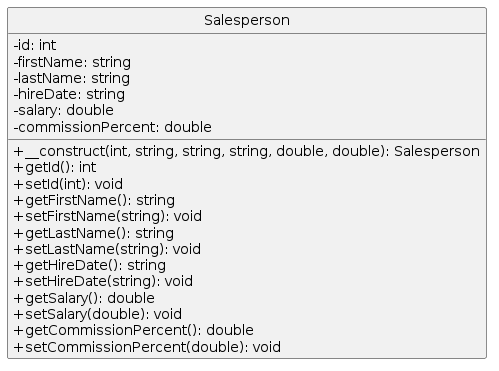
This is Scrum3_Team_3/Provider_3/Diagrams/Salesperson.png from luke-hamann/stc-cis-266-scrum-3, a PlantUML export, as it was before one commit. Source of this version:
```plantuml
@startuml
hide circle
skinparam classAttributeIconSize 0

class Salesperson {
    - id: int
    - firstName: string
    - lastName: string
    - hireDate: string
    - salary: double
    - commissionPercent: double
    + __construct(int, string, string, string, double, double): Salesperson
    + getId(): int
    + setId(int): void
    + getFirstName(): string
    + setFirstName(string): void
    + getLastName(): string
    + setLastName(string): void
    + getHireDate(): string
    + setHireDate(string): void
    + getSalary(): double
    + setSalary(double): void
    + getCommissionPercent(): double
    + setCommissionPercent(double): void
}
@enduml
```
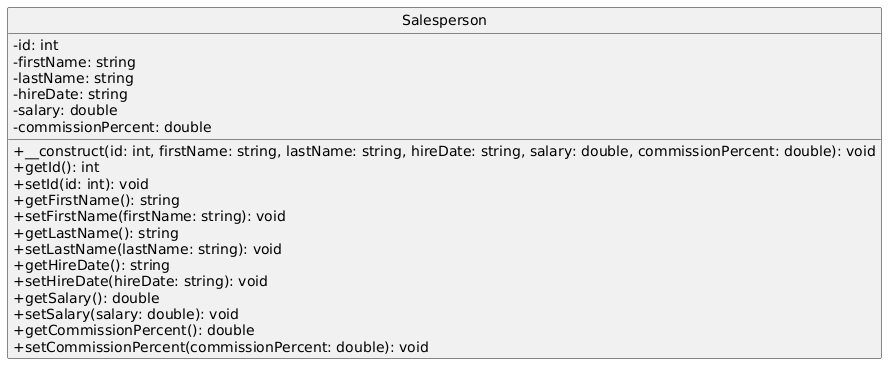
Later version of the same file.

Diff of the diagram source:
```diff
@@ -9,18 +9,18 @@
     - hireDate: string
     - salary: double
     - commissionPercent: double
-    + __construct(int, string, string, string, double, double): Salesperson
+    + __construct(id: int, firstName: string, lastName: string, hireDate: string, salary: double, commissionPercent: double): void
     + getId(): int
-    + setId(int): void
+    + setId(id: int): void
     + getFirstName(): string
-    + setFirstName(string): void
+    + setFirstName(firstName: string): void
     + getLastName(): string
-    + setLastName(string): void
+    + setLastName(lastName: string): void
     + getHireDate(): string
-    + setHireDate(string): void
+    + setHireDate(hireDate: string): void
     + getSalary(): double
-    + setSalary(double): void
+    + setSalary(salary: double): void
     + getCommissionPercent(): double
-    + setCommissionPercent(double): void
+    + setCommissionPercent(commissionPercent: double): void
 }
 @enduml
```
